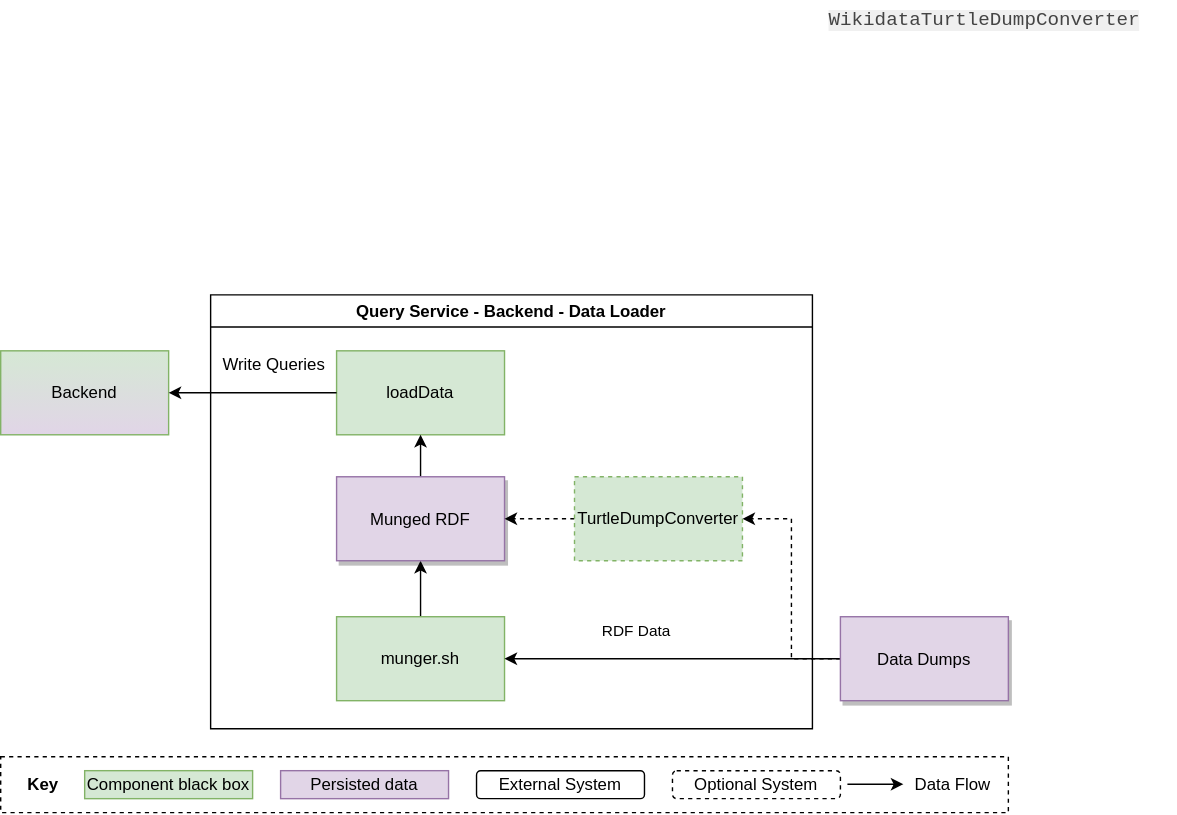
Earlier version of the draw.io export systems/Query/diagrams/05-02-backend-loader.drawio.svg (wmde/wikidata-wikibase-architecture). Source tidied: cells renumbered, new cells last; positions are measured from the earlier drawing's top-left corner, leaving out a move shared by most shapes. Source of this version:
```xml
<mxGraphModel>
  <root>
    <mxCell id="0" />
    <mxCell id="1" parent="0" />
    <mxCell id="2" value="Query Service - Backend - Data Loader" style="swimlane;" parent="1" vertex="1">
      <mxGeometry x="150" y="210" width="430" height="310" as="geometry" />
    </mxCell>
    <mxCell id="3" style="edgeStyle=orthogonalEdgeStyle;rounded=0;jettySize=auto;html=1;entryX=0.5;entryY=0;entryDx=0;entryDy=0;" parent="2" edge="1" source="4" target="8">
      <mxGeometry relative="1" as="geometry" />
    </mxCell>
    <mxCell id="4" value="munger.sh" style="rounded=0;whiteSpace=wrap;html=1;fillColor=#d5e8d4;strokeColor=#82b366;" parent="2" vertex="1">
      <mxGeometry x="90" y="230" width="120" height="60" as="geometry" />
    </mxCell>
    <mxCell id="5" value="loadData" style="rounded=0;whiteSpace=wrap;html=1;fillColor=#d5e8d4;strokeColor=#82b366;" parent="2" vertex="1">
      <mxGeometry x="90" y="40" width="120" height="60" as="geometry" />
    </mxCell>
    <mxCell id="6" value="Write Queries" style="text;html=1;align=center;verticalAlign=middle;strokeColor=none;" parent="2" vertex="1">
      <mxGeometry y="40" width="90" height="20" as="geometry" />
    </mxCell>
    <mxCell id="7" style="edgeStyle=orthogonalEdgeStyle;rounded=0;jettySize=auto;html=1;entryX=0.5;entryY=1;entryDx=0;entryDy=0;" parent="2" edge="1" source="8" target="5">
      <mxGeometry relative="1" as="geometry" />
    </mxCell>
    <mxCell id="8" value="Munged RDF" style="rounded=0;shadow=1;fontSize=12;strokeColor=#9673a6;direction=west;fillColor=#e1d5e7;" parent="2" vertex="1">
      <mxGeometry x="90" y="130" width="120" height="60" as="geometry" />
    </mxCell>
    <mxCell id="9" style="edgeStyle=orthogonalEdgeStyle;rounded=0;jettySize=auto;html=1;dashed=1;" parent="2" edge="1" source="10" target="8">
      <mxGeometry relative="1" as="geometry" />
    </mxCell>
    <mxCell id="10" value="TurtleDumpConverter" style="rounded=0;whiteSpace=wrap;html=1;fillColor=#d5e8d4;strokeColor=#82b366;dashed=1;" parent="2" vertex="1">
      <mxGeometry x="260" y="130" width="120" height="60" as="geometry" />
    </mxCell>
    <mxCell id="11" style="rounded=0;whiteSpace=wrap;html=1;fillColor=none;dashed=1;" parent="1" vertex="1">
      <mxGeometry y="540" width="720" height="40" as="geometry" />
    </mxCell>
    <mxCell id="12" value="&lt;b&gt;Key&lt;/b&gt;" style="text;html=1;align=center;verticalAlign=middle;strokeColor=none;" parent="1" vertex="1">
      <mxGeometry x="10" y="550" width="40" height="20" as="geometry" />
    </mxCell>
    <mxCell id="13" value="Component black box" style="rounded=0;whiteSpace=wrap;html=1;align=center;fillColor=#d5e8d4;strokeColor=#82b366;" parent="1" vertex="1">
      <mxGeometry x="60" y="550" width="120" height="20" as="geometry" />
    </mxCell>
    <mxCell id="14" value="Persisted data" style="rounded=0;whiteSpace=wrap;html=1;align=center;fillColor=#e1d5e7;strokeColor=#9673a6;" parent="1" vertex="1">
      <mxGeometry x="200" y="550" width="120" height="20" as="geometry" />
    </mxCell>
    <mxCell id="15" value="External System" style="rounded=1;whiteSpace=wrap;html=1;align=center;" parent="1" vertex="1">
      <mxGeometry x="340" y="550" width="120" height="20" as="geometry" />
    </mxCell>
    <mxCell id="16" value="Backend" style="rounded=0;whiteSpace=wrap;html=1;fillColor=#d5e8d4;strokeColor=#82b366;gradientColor=#E1D5E7;" parent="1" vertex="1">
      <mxGeometry y="250" width="120" height="60" as="geometry" />
    </mxCell>
    <mxCell id="17" style="edgeStyle=orthogonalEdgeStyle;rounded=0;jettySize=auto;html=1;entryX=1;entryY=0.5;entryDx=0;entryDy=0;exitX=0;exitY=0.5;exitDx=0;exitDy=0;" parent="1" edge="1" source="5" target="16">
      <mxGeometry relative="1" as="geometry" />
    </mxCell>
    <mxCell id="18" style="endArrow=classic;html=1;" parent="1" edge="1">
      <mxGeometry relative="1" as="geometry">
        <mxPoint x="605" y="559.7" as="sourcePoint" />
        <mxPoint x="645" y="559.7" as="targetPoint" />
      </mxGeometry>
    </mxCell>
    <mxCell id="19" value="Data Flow" style="text;html=1;align=center;verticalAlign=middle;strokeColor=none;" parent="1" vertex="1">
      <mxGeometry x="645" y="550" width="70" height="20" as="geometry" />
    </mxCell>
    <mxCell id="20" style="edgeStyle=orthogonalEdgeStyle;rounded=0;jettySize=auto;html=1;entryX=1;entryY=0.5;entryDx=0;entryDy=0;" parent="1" edge="1" source="23" target="4">
      <mxGeometry relative="1" as="geometry" />
    </mxCell>
    <mxCell id="21" value="RDF Data" style="edgeLabel;html=1;align=center;verticalAlign=middle;" parent="20" vertex="1">
      <mxGeometry x="0.33" y="-1" relative="1" as="geometry">
        <mxPoint x="13" y="-19" as="offset" />
      </mxGeometry>
    </mxCell>
    <mxCell id="22" style="edgeStyle=orthogonalEdgeStyle;rounded=0;jettySize=auto;html=1;entryX=1;entryY=0.5;entryDx=0;entryDy=0;dashed=1;" parent="1" edge="1" source="23" target="10">
      <mxGeometry relative="1" as="geometry" />
    </mxCell>
    <mxCell id="23" value="Data Dumps" style="rounded=0;shadow=1;fontSize=12;strokeColor=#9673a6;direction=west;fillColor=#e1d5e7;" parent="1" vertex="1">
      <mxGeometry x="600" y="440" width="120" height="60" as="geometry" />
    </mxCell>
    <mxCell id="24" value="&lt;span style=&quot;color: rgb(68, 68, 68); font-family: menlo, monaco, monospace; font-size: 13.7275px; font-style: normal; font-weight: 400; letter-spacing: normal; text-indent: 0px; text-transform: none; word-spacing: 0px; background-color: rgb(240, 240, 240); display: inline; float: none;&quot;&gt;WikidataTurtleDumpConverter&lt;/span&gt;" style="text;whiteSpace=wrap;html=1;" parent="1" vertex="1">
      <mxGeometry x="590" width="250" height="30" as="geometry" />
    </mxCell>
    <mxCell id="25" value="Optional System" style="rounded=1;whiteSpace=wrap;html=1;align=center;dashed=1;" parent="1" vertex="1">
      <mxGeometry x="480" y="550" width="120" height="20" as="geometry" />
    </mxCell>
  </root>
</mxGraphModel>
```
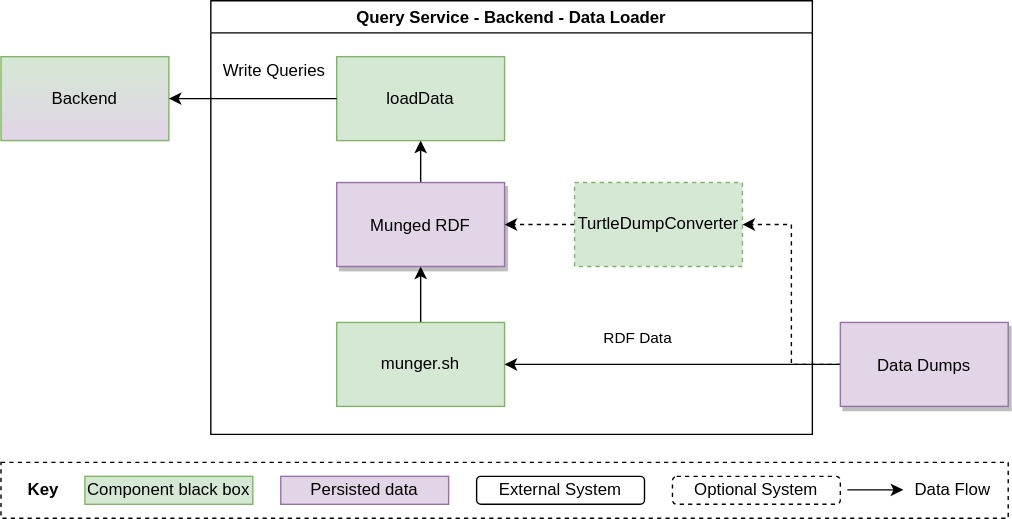
The same diagram one commit later.

Diff of the diagram source:
```diff
@@ -73,9 +73,6 @@
     <mxCell id="23" value="Data Dumps" style="rounded=0;shadow=1;fontSize=12;strokeColor=#9673a6;direction=west;fillColor=#e1d5e7;" parent="1" vertex="1">
       <mxGeometry x="600" y="440" width="120" height="60" as="geometry" />
     </mxCell>
-    <mxCell id="24" value="&lt;span style=&quot;color: rgb(68, 68, 68); font-family: menlo, monaco, monospace; font-size: 13.7275px; font-style: normal; font-weight: 400; letter-spacing: normal; text-indent: 0px; text-transform: none; word-spacing: 0px; background-color: rgb(240, 240, 240); display: inline; float: none;&quot;&gt;WikidataTurtleDumpConverter&lt;/span&gt;" style="text;whiteSpace=wrap;html=1;" parent="1" vertex="1">
-      <mxGeometry x="590" width="250" height="30" as="geometry" />
-    </mxCell>
     <mxCell id="25" value="Optional System" style="rounded=1;whiteSpace=wrap;html=1;align=center;dashed=1;" parent="1" vertex="1">
       <mxGeometry x="480" y="550" width="120" height="20" as="geometry" />
     </mxCell>
```
